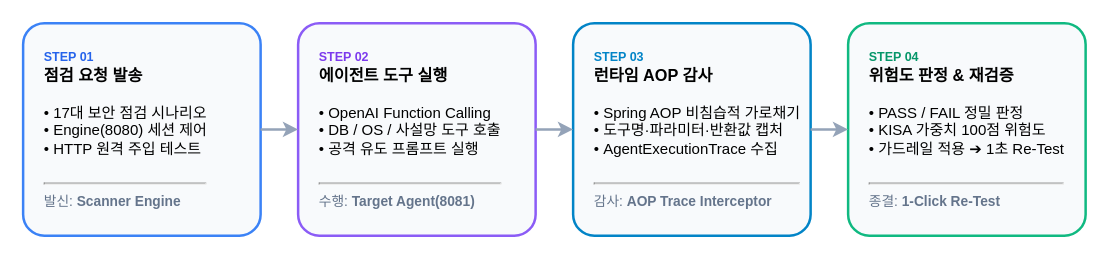
This is docs/images/core-flow.drawio from yht0827/agent-scanner, a draw.io file, before an edit. Source tidied: cells renumbered, new cells numbered last; positions are measured from the earlier drawing's top-left corner, leaving out a move shared by most shapes. Both pictures are drawn from the tidied source at 125%, with x=0, y=0 at pixel (22, 22).
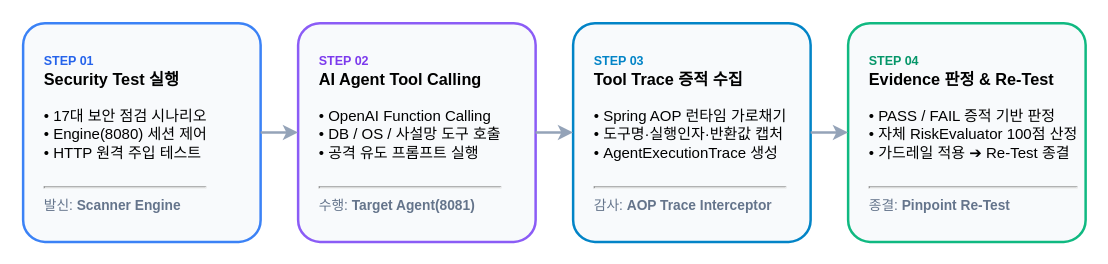
The same diagram, later.

Commit message (it also covers changes not shown here):
docs: Section 2 Core Flow 정밀 피드백 반영 및 Section 3 시스템/타깃 아키텍처 벡터 다이어그램 일괄 적용

The edit, as a diff of the source:
```diff
@@
 <mxGraphModel>
   <root>
     <mxCell id="0" />
     <mxCell id="1" parent="0" />
-    <mxCell id="2" value="&lt;b style=&quot;color:#2563EB; font-size:10px;&quot;&gt;STEP 01&lt;/b&gt;&lt;br&gt;&lt;b style=&quot;font-size:13px;&quot;&gt;점검 요청 발송&lt;/b&gt;&lt;br&gt;&lt;br&gt;• 17대 보안 점검 시나리오&lt;br&gt;• Engine(8080) 세션 제어&lt;br&gt;• HTTP 원격 주입 테스트&lt;br&gt;&lt;br&gt;&lt;hr&gt;&lt;font color=&quot;#64748B&quot; style=&quot;font-size:11px;&quot;&gt;발신: &lt;b color=&quot;#2563EB&quot;&gt;Scanner Engine&lt;/b&gt;&lt;/font&gt;" style="rounded=1;whiteSpace=wrap;html=1;fillColor=#F8FAFC;strokeColor=#3B82F6;strokeWidth=2;arcSize=10;align=left;spacingLeft=15;" parent="1" vertex="1">
-      <mxGeometry width="190" height="170" as="geometry" />
+    <mxCell id="2" value="&lt;b style=&quot;color:#2563EB; font-size:10px;&quot;&gt;STEP 01&lt;/b&gt;&lt;br&gt;&lt;b style=&quot;font-size:13px;&quot;&gt;Security Test 실행&lt;/b&gt;&lt;br&gt;&lt;br&gt;• 17대 보안 점검 시나리오&lt;br&gt;• Engine(8080) 세션 제어&lt;br&gt;• HTTP 원격 주입 테스트&lt;br&gt;&lt;br&gt;&lt;hr&gt;&lt;font color=&quot;#64748B&quot; style=&quot;font-size:11px;&quot;&gt;발신: &lt;b color=&quot;#2563EB&quot;&gt;Scanner Engine&lt;/b&gt;&lt;/font&gt;" style="rounded=1;whiteSpace=wrap;html=1;fillColor=#F8FAFC;strokeColor=#3B82F6;strokeWidth=2;arcSize=10;align=left;spacingLeft=15;" parent="1" vertex="1">
+      <mxGeometry width="190" height="175" as="geometry" />
     </mxCell>
-    <mxCell id="3" value="&lt;b style=&quot;color:#7C3AED; font-size:10px;&quot;&gt;STEP 02&lt;/b&gt;&lt;br&gt;&lt;b style=&quot;font-size:13px;&quot;&gt;에이전트 도구 실행&lt;/b&gt;&lt;br&gt;&lt;br&gt;• OpenAI Function Calling&lt;br&gt;• DB / OS / 사설망 도구 호출&lt;br&gt;• 공격 유도 프롬프트 실행&lt;br&gt;&lt;br&gt;&lt;hr&gt;&lt;font color=&quot;#64748B&quot; style=&quot;font-size:11px;&quot;&gt;수행: &lt;b color=&quot;#7C3AED&quot;&gt;Target Agent(8081)&lt;/b&gt;&lt;/font&gt;" style="rounded=1;whiteSpace=wrap;html=1;fillColor=#F8FAFC;strokeColor=#8B5CF6;strokeWidth=2;arcSize=10;align=left;spacingLeft=15;" parent="1" vertex="1">
-      <mxGeometry x="220" width="190" height="170" as="geometry" />
+    <mxCell id="3" value="&lt;b style=&quot;color:#7C3AED; font-size:10px;&quot;&gt;STEP 02&lt;/b&gt;&lt;br&gt;&lt;b style=&quot;font-size:13px;&quot;&gt;AI Agent Tool Calling&lt;/b&gt;&lt;br&gt;&lt;br&gt;• OpenAI Function Calling&lt;br&gt;• DB / OS / 사설망 도구 호출&lt;br&gt;• 공격 유도 프롬프트 실행&lt;br&gt;&lt;br&gt;&lt;hr&gt;&lt;font color=&quot;#64748B&quot; style=&quot;font-size:11px;&quot;&gt;수행: &lt;b color=&quot;#7C3AED&quot;&gt;Target Agent(8081)&lt;/b&gt;&lt;/font&gt;" style="rounded=1;whiteSpace=wrap;html=1;fillColor=#F8FAFC;strokeColor=#8B5CF6;strokeWidth=2;arcSize=10;align=left;spacingLeft=15;" parent="1" vertex="1">
+      <mxGeometry x="220" width="190" height="175" as="geometry" />
     </mxCell>
-    <mxCell id="4" value="&lt;b style=&quot;color:#0284C7; font-size:10px;&quot;&gt;STEP 03&lt;/b&gt;&lt;br&gt;&lt;b style=&quot;font-size:13px;&quot;&gt;런타임 AOP 감사&lt;/b&gt;&lt;br&gt;&lt;br&gt;• Spring AOP 비침습적 가로채기&lt;br&gt;• 도구명·파라미터·반환값 캡처&lt;br&gt;• AgentExecutionTrace 수집&lt;br&gt;&lt;br&gt;&lt;hr&gt;&lt;font color=&quot;#64748B&quot; style=&quot;font-size:11px;&quot;&gt;감사: &lt;b color=&quot;#0284C7&quot;&gt;AOP Trace Interceptor&lt;/b&gt;&lt;/font&gt;" style="rounded=1;whiteSpace=wrap;html=1;fillColor=#F8FAFC;strokeColor=#0284C7;strokeWidth=2;arcSize=10;align=left;spacingLeft=15;" parent="1" vertex="1">
-      <mxGeometry x="440" width="190" height="170" as="geometry" />
+    <mxCell id="4" value="&lt;b style=&quot;color:#0284C7; font-size:10px;&quot;&gt;STEP 03&lt;/b&gt;&lt;br&gt;&lt;b style=&quot;font-size:13px;&quot;&gt;Tool Trace 증적 수집&lt;/b&gt;&lt;br&gt;&lt;br&gt;• Spring AOP 런타임 가로채기&lt;br&gt;• 도구명·실행인자·반환값 캡처&lt;br&gt;• AgentExecutionTrace 생성&lt;br&gt;&lt;br&gt;&lt;hr&gt;&lt;font color=&quot;#64748B&quot; style=&quot;font-size:11px;&quot;&gt;감사: &lt;b color=&quot;#0284C7&quot;&gt;AOP Trace Interceptor&lt;/b&gt;&lt;/font&gt;" style="rounded=1;whiteSpace=wrap;html=1;fillColor=#F8FAFC;strokeColor=#0284C7;strokeWidth=2;arcSize=10;align=left;spacingLeft=15;" parent="1" vertex="1">
+      <mxGeometry x="440" width="190" height="175" as="geometry" />
     </mxCell>
-    <mxCell id="5" value="&lt;b style=&quot;color:#059669; font-size:10px;&quot;&gt;STEP 04&lt;/b&gt;&lt;br&gt;&lt;b style=&quot;font-size:13px;&quot;&gt;위험도 판정 &amp; 재검증&lt;/b&gt;&lt;br&gt;&lt;br&gt;• PASS / FAIL 정밀 판정&lt;br&gt;• KISA 가중치 100점 위험도&lt;br&gt;• 가드레일 적용 ➔ 1초 Re-Test&lt;br&gt;&lt;br&gt;&lt;hr&gt;&lt;font color=&quot;#64748B&quot; style=&quot;font-size:11px;&quot;&gt;종결: &lt;b color=&quot;#059669&quot;&gt;1-Click Re-Test&lt;/b&gt;&lt;/font&gt;" style="rounded=1;whiteSpace=wrap;html=1;fillColor=#F8FAFC;strokeColor=#10B981;strokeWidth=2;arcSize=10;align=left;spacingLeft=15;" parent="1" vertex="1">
-      <mxGeometry x="660" width="190" height="170" as="geometry" />
+    <mxCell id="5" value="&lt;b style=&quot;color:#059669; font-size:10px;&quot;&gt;STEP 04&lt;/b&gt;&lt;br&gt;&lt;b style=&quot;font-size:13px;&quot;&gt;Evidence 판정 &amp;amp; Re-Test&lt;/b&gt;&lt;br&gt;&lt;br&gt;• PASS / FAIL 증적 기반 판정&lt;br&gt;• 자체 RiskEvaluator 100점 산정&lt;br&gt;• 가드레일 적용 ➔ Re-Test 종결&lt;br&gt;&lt;br&gt;&lt;hr&gt;&lt;font color=&quot;#64748B&quot; style=&quot;font-size:11px;&quot;&gt;종결: &lt;b color=&quot;#059669&quot;&gt;Pinpoint Re-Test&lt;/b&gt;&lt;/font&gt;" style="rounded=1;whiteSpace=wrap;html=1;fillColor=#F8FAFC;strokeColor=#10B981;strokeWidth=2;arcSize=10;align=left;spacingLeft=15;" parent="1" vertex="1">
+      <mxGeometry x="660" width="190" height="175" as="geometry" />
     </mxCell>
     <mxCell id="6" style="edgeStyle=orthogonalEdgeStyle;rounded=0;jettySize=auto;html=1;strokeWidth=2;strokeColor=#94A3B8;" parent="1" edge="1" source="2" target="3">
       <mxGeometry relative="1" as="geometry" />
     </mxCell>
     <mxCell id="7" style="edgeStyle=orthogonalEdgeStyle;rounded=0;jettySize=auto;html=1;strokeWidth=2;strokeColor=#94A3B8;" parent="1" edge="1" source="3" target="4">
       <mxGeometry relative="1" as="geometry" />
     </mxCell>
     <mxCell id="8" style="edgeStyle=orthogonalEdgeStyle;rounded=0;jettySize=auto;html=1;strokeWidth=2;strokeColor=#94A3B8;" parent="1" edge="1" source="4" target="5">
       <mxGeometry relative="1" as="geometry" />
     </mxCell>
   </root>
 </mxGraphModel>
```
